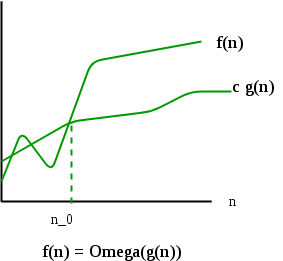
Above: images/BigO.png in hvijaycse/Coremen (draw.io), before the change. Source tidied: cells renumbered, new cells last; positions are measured from the earlier drawing's top-left corner, leaving out a move shared by most shapes. Source of this version:
```xml
<mxGraphModel background="#ffffff">
  <root>
    <mxCell id="0" />
    <mxCell id="1" parent="0" />
    <mxCell id="2" style="endArrow=none;html=1;labelBackgroundColor=#009900;strokeColor=#000000;strokeWidth=2;fillColor=#009900;fontFamily=Times New Roman;fontSize=15;fontColor=#000000;" parent="1" edge="1">
      <mxGeometry relative="1" as="geometry">
        <mxPoint x="1" y="200" as="sourcePoint" />
        <mxPoint x="1" as="targetPoint" />
      </mxGeometry>
    </mxCell>
    <mxCell id="3" style="endArrow=none;html=1;labelBackgroundColor=#009900;strokeColor=#000000;strokeWidth=2;fillColor=#009900;fontFamily=Times New Roman;fontSize=15;fontColor=#000000;" parent="1" edge="1">
      <mxGeometry relative="1" as="geometry">
        <mxPoint x="1" y="200" as="sourcePoint" />
        <mxPoint x="211" y="200" as="targetPoint" />
      </mxGeometry>
    </mxCell>
    <mxCell id="4" value="&lt;font style=&quot;font-size: 18px&quot;&gt;c g(n)&lt;/font&gt;" style="text;html=1;strokeColor=none;fillColor=none;align=center;verticalAlign=middle;whiteSpace=wrap;rounded=0;labelBackgroundColor=#FFFFFF;fontFamily=Times New Roman;fontSize=15;fontColor=#000000;" parent="1" vertex="1">
      <mxGeometry x="222" y="74" width="60" height="20" as="geometry" />
    </mxCell>
    <mxCell id="5" value="&lt;font style=&quot;font-size: 18px&quot;&gt;f(n)&lt;/font&gt;" style="text;html=1;strokeColor=none;fillColor=none;align=center;verticalAlign=middle;whiteSpace=wrap;rounded=0;labelBackgroundColor=#FFFFFF;fontFamily=Times New Roman;fontSize=15;fontColor=#000000;" parent="1" vertex="1">
      <mxGeometry x="209" y="31" width="40" height="20" as="geometry" />
    </mxCell>
    <mxCell id="6" value="n" style="text;html=1;strokeColor=none;fillColor=none;align=center;verticalAlign=middle;whiteSpace=wrap;rounded=0;labelBackgroundColor=#FFFFFF;fontFamily=Times New Roman;fontSize=15;fontColor=#000000;" parent="1" vertex="1">
      <mxGeometry x="211" y="189" width="40" height="20" as="geometry" />
    </mxCell>
    <mxCell id="7" style="endArrow=none;dashed=1;html=1;labelBackgroundColor=#009900;strokeColor=#009900;strokeWidth=2;fillColor=#009900;fontFamily=Times New Roman;fontSize=15;fontColor=#000000;" parent="1" edge="1">
      <mxGeometry relative="1" as="geometry">
        <mxPoint x="71" y="202" as="sourcePoint" />
        <mxPoint x="71" y="122" as="targetPoint" />
      </mxGeometry>
    </mxCell>
    <mxCell id="8" value="n_0" style="text;html=1;strokeColor=none;fillColor=none;align=center;verticalAlign=middle;whiteSpace=wrap;rounded=0;labelBackgroundColor=#FFFFFF;fontFamily=Times New Roman;fontSize=15;fontColor=#000000;" parent="1" vertex="1">
      <mxGeometry x="41" y="207" width="40" height="20" as="geometry" />
    </mxCell>
    <mxCell id="9" value="&lt;font style=&quot;font-size: 18px&quot;&gt;f(n) = Omega(g(n))&lt;/font&gt;" style="text;html=1;strokeColor=none;fillColor=none;align=center;verticalAlign=middle;whiteSpace=wrap;rounded=0;labelBackgroundColor=#FFFFFF;fontFamily=Times New Roman;fontSize=15;fontColor=#000000;" parent="1" vertex="1">
      <mxGeometry y="239" width="220" height="20" as="geometry" />
    </mxCell>
    <mxCell id="10" style="endArrow=none;html=1;labelBackgroundColor=#009900;strokeColor=#009900;strokeWidth=2;fillColor=#009900;fontFamily=Times New Roman;fontSize=15;fontColor=#000000;" parent="1" edge="1">
      <mxGeometry relative="1" as="geometry">
        <mxPoint x="231" y="90" as="sourcePoint" />
        <mxPoint x="1" y="160" as="targetPoint" />
        <Array as="points">
          <mxPoint x="191" y="90" />
          <mxPoint x="151" y="110" />
          <mxPoint x="71" y="120" />
        </Array>
      </mxGeometry>
    </mxCell>
    <mxCell id="11" style="endArrow=none;html=1;labelBackgroundColor=#009900;strokeColor=#009900;strokeWidth=2;fillColor=#009900;fontFamily=Times New Roman;fontSize=15;fontColor=#000000;" parent="1" edge="1">
      <mxGeometry relative="1" as="geometry">
        <mxPoint x="1" y="180" as="sourcePoint" />
        <mxPoint x="201" y="40" as="targetPoint" />
        <Array as="points">
          <mxPoint x="21" y="130" />
          <mxPoint x="51" y="170" />
          <mxPoint x="91" y="60" />
        </Array>
      </mxGeometry>
    </mxCell>
  </root>
</mxGraphModel>
```
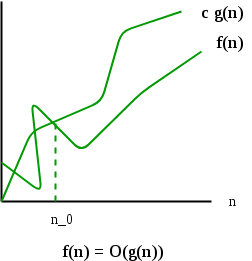
The same diagram one commit later.

The edit, as a diff of the source:
```diff
@@ -14,8 +14,31 @@
         <mxPoint x="211" y="200" as="targetPoint" />
       </mxGeometry>
     </mxCell>
+    <mxCell id="12" style="endArrow=none;html=1;labelBackgroundColor=#009900;strokeColor=#009900;strokeWidth=2;fillColor=#009900;fontFamily=Times New Roman;fontSize=15;fontColor=#000000;" parent="1" edge="1">
+      <mxGeometry relative="1" as="geometry">
+        <mxPoint x="1" y="200" as="sourcePoint" />
+        <mxPoint x="181" y="10" as="targetPoint" />
+        <Array as="points">
+          <mxPoint x="31" y="130" />
+          <mxPoint x="101" y="100" />
+          <mxPoint x="121" y="30" />
+        </Array>
+      </mxGeometry>
+    </mxCell>
+    <mxCell id="13" style="endArrow=none;html=1;labelBackgroundColor=#009900;strokeColor=#009900;strokeWidth=2;fillColor=#009900;fontFamily=Times New Roman;fontSize=15;fontColor=#000000;" parent="1" edge="1">
+      <mxGeometry relative="1" as="geometry">
+        <mxPoint x="201" y="50" as="sourcePoint" />
+        <mxPoint x="1" y="161" as="targetPoint" />
+        <Array as="points">
+          <mxPoint x="141" y="91" />
+          <mxPoint x="81" y="150" />
+          <mxPoint x="31" y="100" />
+          <mxPoint x="41" y="191" />
+        </Array>
+      </mxGeometry>
+    </mxCell>
     <mxCell id="4" value="&lt;font style=&quot;font-size: 18px&quot;&gt;c g(n)&lt;/font&gt;" style="text;html=1;strokeColor=none;fillColor=none;align=center;verticalAlign=middle;whiteSpace=wrap;rounded=0;labelBackgroundColor=#FFFFFF;fontFamily=Times New Roman;fontSize=15;fontColor=#000000;" parent="1" vertex="1">
-      <mxGeometry x="222" y="74" width="60" height="20" as="geometry" />
+      <mxGeometry x="191" width="60" height="20" as="geometry" />
     </mxCell>
     <mxCell id="5" value="&lt;font style=&quot;font-size: 18px&quot;&gt;f(n)&lt;/font&gt;" style="text;html=1;strokeColor=none;fillColor=none;align=center;verticalAlign=middle;whiteSpace=wrap;rounded=0;labelBackgroundColor=#FFFFFF;fontFamily=Times New Roman;fontSize=15;fontColor=#000000;" parent="1" vertex="1">
       <mxGeometry x="209" y="31" width="40" height="20" as="geometry" />
@@ -25,37 +48,15 @@
     </mxCell>
     <mxCell id="7" style="endArrow=none;dashed=1;html=1;labelBackgroundColor=#009900;strokeColor=#009900;strokeWidth=2;fillColor=#009900;fontFamily=Times New Roman;fontSize=15;fontColor=#000000;" parent="1" edge="1">
       <mxGeometry relative="1" as="geometry">
-        <mxPoint x="71" y="202" as="sourcePoint" />
-        <mxPoint x="71" y="122" as="targetPoint" />
+        <mxPoint x="55" y="200" as="sourcePoint" />
+        <mxPoint x="55" y="120" as="targetPoint" />
       </mxGeometry>
     </mxCell>
     <mxCell id="8" value="n_0" style="text;html=1;strokeColor=none;fillColor=none;align=center;verticalAlign=middle;whiteSpace=wrap;rounded=0;labelBackgroundColor=#FFFFFF;fontFamily=Times New Roman;fontSize=15;fontColor=#000000;" parent="1" vertex="1">
       <mxGeometry x="41" y="207" width="40" height="20" as="geometry" />
     </mxCell>
-    <mxCell id="9" value="&lt;font style=&quot;font-size: 18px&quot;&gt;f(n) = Omega(g(n))&lt;/font&gt;" style="text;html=1;strokeColor=none;fillColor=none;align=center;verticalAlign=middle;whiteSpace=wrap;rounded=0;labelBackgroundColor=#FFFFFF;fontFamily=Times New Roman;fontSize=15;fontColor=#000000;" parent="1" vertex="1">
-      <mxGeometry y="239" width="220" height="20" as="geometry" />
+    <mxCell id="9" value="&lt;font style=&quot;font-size: 18px&quot;&gt;f(n) = O(g(n))&lt;/font&gt;" style="text;html=1;strokeColor=none;fillColor=none;align=center;verticalAlign=middle;whiteSpace=wrap;rounded=0;labelBackgroundColor=#FFFFFF;fontFamily=Times New Roman;fontSize=15;fontColor=#000000;" parent="1" vertex="1">
+      <mxGeometry x="1" y="239" width="220" height="20" as="geometry" />
     </mxCell>
-    <mxCell id="10" style="endArrow=none;html=1;labelBackgroundColor=#009900;strokeColor=#009900;strokeWidth=2;fillColor=#009900;fontFamily=Times New Roman;fontSize=15;fontColor=#000000;" parent="1" edge="1">
-      <mxGeometry relative="1" as="geometry">
-        <mxPoint x="231" y="90" as="sourcePoint" />
-        <mxPoint x="1" y="160" as="targetPoint" />
-        <Array as="points">
-          <mxPoint x="191" y="90" />
-          <mxPoint x="151" y="110" />
-          <mxPoint x="71" y="120" />
-        </Array>
-      </mxGeometry>
-    </mxCell>
-    <mxCell id="11" style="endArrow=none;html=1;labelBackgroundColor=#009900;strokeColor=#009900;strokeWidth=2;fillColor=#009900;fontFamily=Times New Roman;fontSize=15;fontColor=#000000;" parent="1" edge="1">
-      <mxGeometry relative="1" as="geometry">
-        <mxPoint x="1" y="180" as="sourcePoint" />
-        <mxPoint x="201" y="40" as="targetPoint" />
-        <Array as="points">
-          <mxPoint x="21" y="130" />
-          <mxPoint x="51" y="170" />
-          <mxPoint x="91" y="60" />
-        </Array>
-      </mxGeometry>
-    </mxCell>
   </root>
 </mxGraphModel>
```
